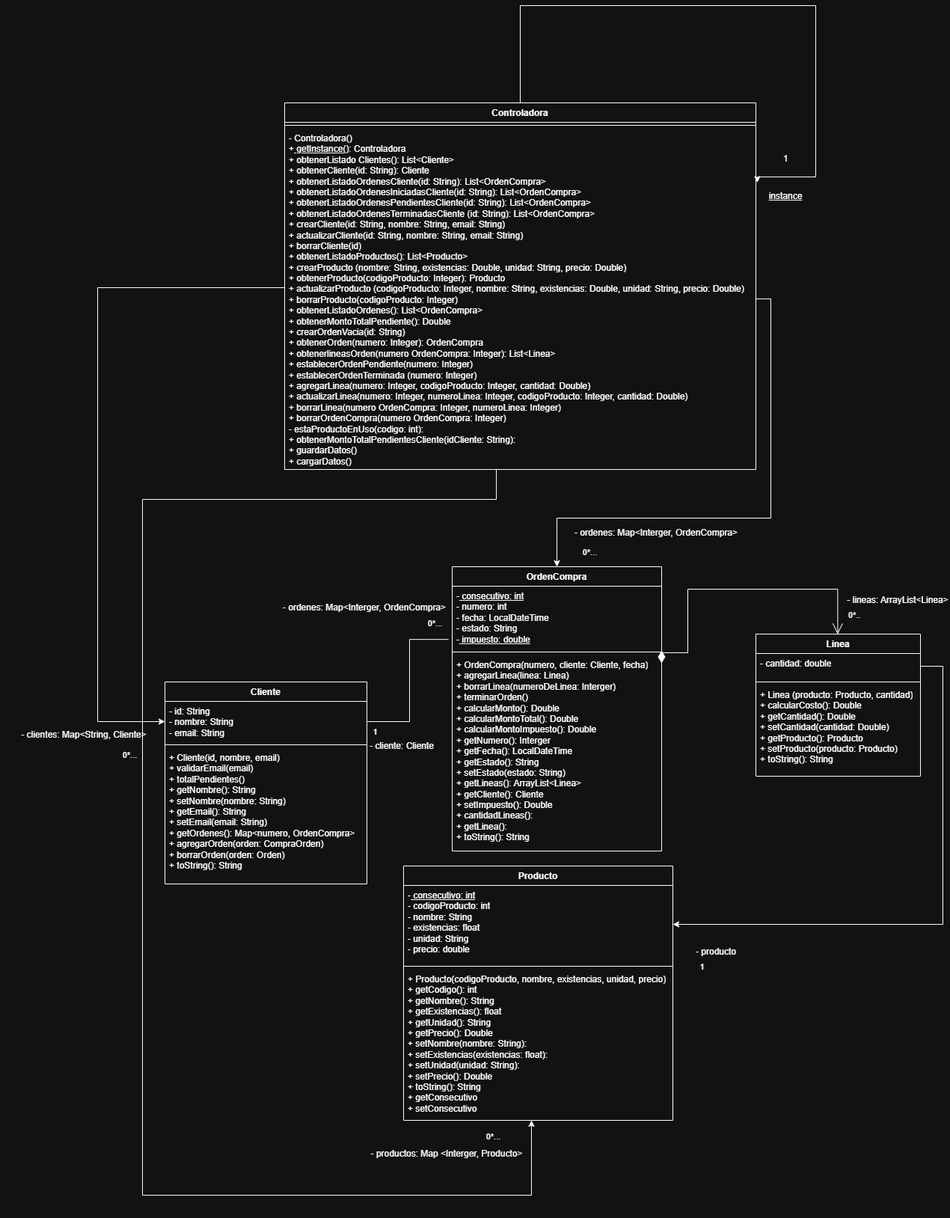
The draw.io diagram Tienda WallRose.drawio.png in NeyB19/TiendaWallRose, before a commit. Source tidied: cells renumbered, new cells last; positions are measured from the earlier drawing's top-left corner, leaving out a move shared by most shapes.
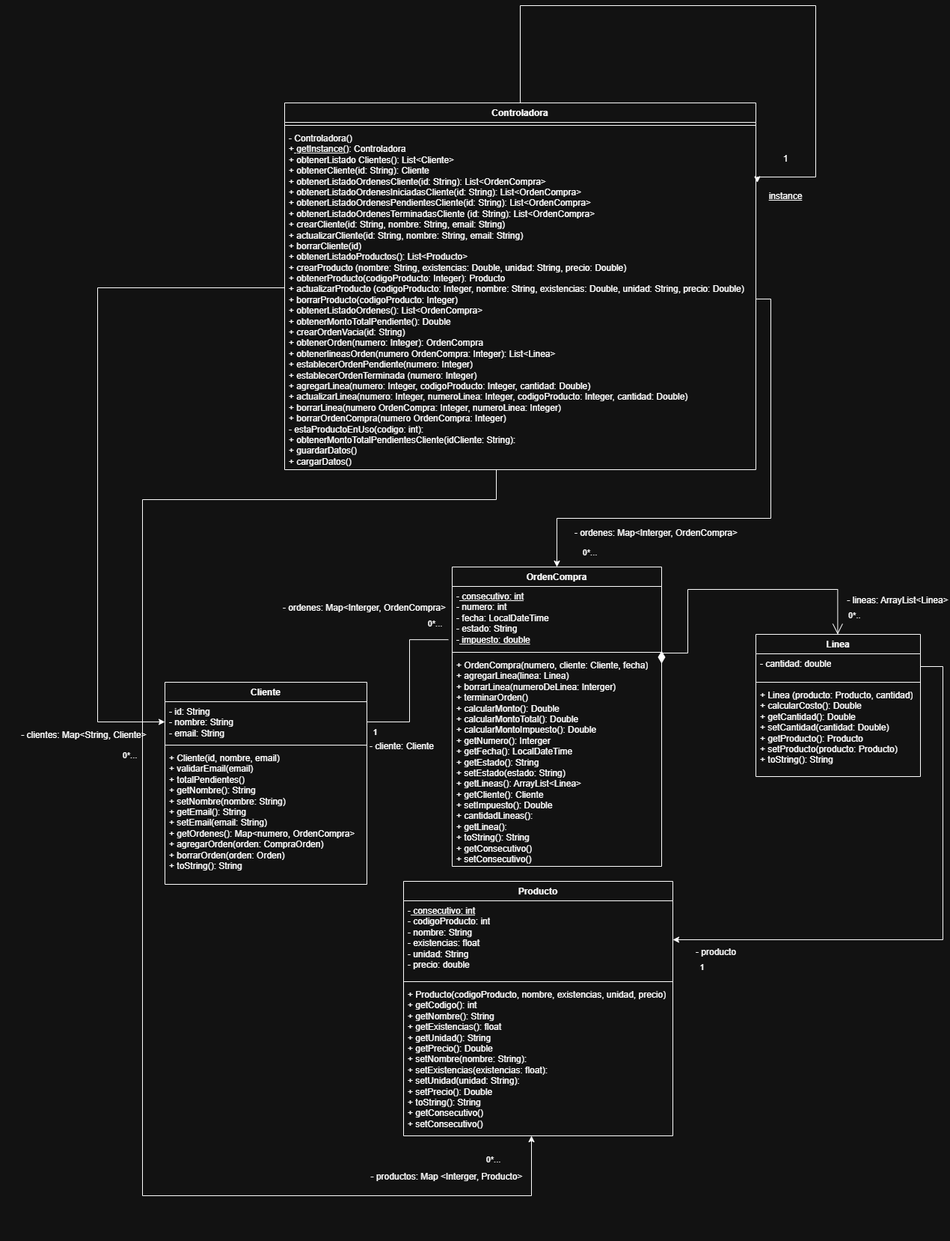
The same diagram one commit later.

The edit, as a diff of the source:
```diff
@@ -3,7 +3,7 @@
     <mxCell id="0" />
     <mxCell id="1" parent="0" />
     <mxCell id="2" value="Producto" style="swimlane;fontStyle=1;align=center;verticalAlign=top;horizontal=1;startSize=26;whiteSpace=wrap;html=1;" parent="1" vertex="1">
-      <mxGeometry x="539" y="1150" width="360" height="340" as="geometry" />
+      <mxGeometry x="539" y="1170" width="360" height="340" as="geometry" />
     </mxCell>
     <mxCell id="3" value="-&lt;u&gt;&amp;nbsp;consecutivo: int&lt;/u&gt;&lt;br&gt;&lt;div&gt;- codigoProducto: int&lt;/div&gt;&lt;div&gt;- nombre: String&lt;/div&gt;&lt;div&gt;- existencias: float&lt;/div&gt;&lt;div&gt;- unidad: String&lt;/div&gt;&lt;div&gt;- precio: double&lt;/div&gt;" style="text;strokeColor=none;fillColor=none;align=left;verticalAlign=top;spacingLeft=4;spacingRight=4;overflow=hidden;points=[[0,0.5],[1,0.5]];portConstraint=eastwest;whiteSpace=wrap;html=1;" parent="2" vertex="1">
       <mxGeometry y="26" width="360" height="104" as="geometry" />
@@ -11,11 +11,11 @@
     <mxCell id="4" style="line;strokeWidth=1;fillColor=none;align=left;verticalAlign=middle;spacingTop=-1;spacingLeft=3;spacingRight=3;labelPosition=right;strokeColor=inherit;" parent="2" vertex="1">
       <mxGeometry y="130" width="360" height="8" as="geometry" />
     </mxCell>
-    <mxCell id="5" value="+ Producto(codigoProducto, nombre, existencias, unidad, precio)&lt;div&gt;+ getCodigo(): int&lt;/div&gt;&lt;div&gt;+ getNombre(): String&lt;/div&gt;&lt;div&gt;+ getExistencias(): float&lt;/div&gt;&lt;div&gt;+ getUnidad(): String&lt;/div&gt;&lt;div&gt;+ getPrecio(): Double&lt;/div&gt;&lt;div&gt;+ setNombre(nombre: String):&lt;/div&gt;&lt;div&gt;+ setExistencias(existencias: float):&lt;/div&gt;&lt;div&gt;+ setUnidad(unidad: String):&lt;/div&gt;&lt;div&gt;+ setPrecio(): Double&lt;/div&gt;&lt;div&gt;+ toString(): String&lt;/div&gt;&lt;div&gt;+ getConsecutivo&lt;/div&gt;&lt;div&gt;+ setConsecutivo&lt;/div&gt;" style="text;strokeColor=none;fillColor=none;align=left;verticalAlign=top;spacingLeft=4;spacingRight=4;overflow=hidden;whiteSpace=wrap;html=1;" parent="2" vertex="1">
+    <mxCell id="5" value="+ Producto(codigoProducto, nombre, existencias, unidad, precio)&lt;div&gt;+ getCodigo(): int&lt;/div&gt;&lt;div&gt;+ getNombre(): String&lt;/div&gt;&lt;div&gt;+ getExistencias(): float&lt;/div&gt;&lt;div&gt;+ getUnidad(): String&lt;/div&gt;&lt;div&gt;+ getPrecio(): Double&lt;/div&gt;&lt;div&gt;+ setNombre(nombre: String):&lt;/div&gt;&lt;div&gt;+ setExistencias(existencias: float):&lt;/div&gt;&lt;div&gt;+ setUnidad(unidad: String):&lt;/div&gt;&lt;div&gt;+ setPrecio(): Double&lt;/div&gt;&lt;div&gt;+ toString(): String&lt;/div&gt;&lt;div&gt;+ getConsecutivo()&lt;/div&gt;&lt;div&gt;+ setConsecutivo()&lt;/div&gt;" style="text;strokeColor=none;fillColor=none;align=left;verticalAlign=top;spacingLeft=4;spacingRight=4;overflow=hidden;whiteSpace=wrap;html=1;" parent="2" vertex="1">
       <mxGeometry y="138" width="360" height="202" as="geometry" />
     </mxCell>
     <mxCell id="6" value="OrdenCompra" style="swimlane;fontStyle=1;align=center;verticalAlign=top;horizontal=1;startSize=26;whiteSpace=wrap;html=1;" parent="1" vertex="1">
-      <mxGeometry x="604" y="750" width="280" height="380" as="geometry" />
+      <mxGeometry x="604" y="750" width="280" height="400" as="geometry" />
     </mxCell>
     <mxCell id="7" value="-&lt;u&gt; consecutivo: int&lt;/u&gt;&lt;div&gt;- numero: int&lt;/div&gt;&lt;div&gt;- fecha: LocalDateTime&lt;/div&gt;&lt;div&gt;- estado: String&amp;nbsp;&lt;/div&gt;&lt;div&gt;-&lt;u&gt; impuesto: double&lt;/u&gt;&lt;/div&gt;&lt;div&gt;&lt;br&gt;&lt;/div&gt;&lt;div&gt;&lt;div&gt;&lt;u&gt;&lt;br&gt;&lt;/u&gt;&lt;/div&gt;&lt;/div&gt;" style="text;strokeColor=none;fillColor=none;align=left;verticalAlign=top;spacingLeft=4;spacingRight=4;overflow=hidden;points=[[0,0.5],[1,0.5]];portConstraint=eastwest;whiteSpace=wrap;html=1;" parent="6" vertex="1">
       <mxGeometry y="26" width="280" height="84" as="geometry" />
@@ -23,8 +23,8 @@
     <mxCell id="8" style="line;strokeWidth=1;fillColor=none;align=left;verticalAlign=middle;spacingTop=-1;spacingLeft=3;spacingRight=3;labelPosition=right;strokeColor=inherit;" parent="6" vertex="1">
       <mxGeometry y="110" width="280" height="8" as="geometry" />
     </mxCell>
-    <mxCell id="9" value="&lt;div&gt;+ OrdenCompra(numero, cliente: Cliente, fecha)&lt;/div&gt;+ agregarLinea(linea: Linea)&lt;div&gt;+ borrarLinea(numeroDeLinea: Interger)&lt;br&gt;&lt;div&gt;+ terminarOrden()&lt;/div&gt;&lt;div&gt;+ calcularMonto(): Double&lt;/div&gt;&lt;div&gt;+ calcularMontoTotal(): Double&lt;/div&gt;&lt;div&gt;+ calcularMontoImpuesto(): Double&lt;/div&gt;&lt;div&gt;+ getNumero(): Interger&lt;/div&gt;&lt;div&gt;+ getFecha(): LocalDateTime&lt;br&gt;&lt;/div&gt;&lt;div&gt;+ getEstado(): String&lt;/div&gt;&lt;div&gt;+ setEstado(estado: String)&lt;br&gt;&lt;/div&gt;&lt;div&gt;+ getLineas(): ArrayList&amp;lt;Linea&amp;gt;&lt;/div&gt;&lt;div&gt;+ getCliente(): Cliente&lt;br&gt;&lt;/div&gt;&lt;div&gt;+ setImpuesto(): Double&lt;/div&gt;&lt;div&gt;+ cantidadLineas():&lt;/div&gt;&lt;div&gt;+ getLinea():&lt;/div&gt;&lt;div&gt;+ toString(): String&lt;/div&gt;&lt;/div&gt;" style="text;strokeColor=none;fillColor=none;align=left;verticalAlign=top;spacingLeft=4;spacingRight=4;overflow=hidden;whiteSpace=wrap;html=1;" parent="6" vertex="1">
-      <mxGeometry y="118" width="280" height="262" as="geometry" />
+    <mxCell id="9" value="&lt;div&gt;+ OrdenCompra(numero, cliente: Cliente, fecha)&lt;/div&gt;+ agregarLinea(linea: Linea)&lt;div&gt;+ borrarLinea(numeroDeLinea: Interger)&lt;br&gt;&lt;div&gt;+ terminarOrden()&lt;/div&gt;&lt;div&gt;+ calcularMonto(): Double&lt;/div&gt;&lt;div&gt;+ calcularMontoTotal(): Double&lt;/div&gt;&lt;div&gt;+ calcularMontoImpuesto(): Double&lt;/div&gt;&lt;div&gt;+ getNumero(): Interger&lt;/div&gt;&lt;div&gt;+ getFecha(): LocalDateTime&lt;br&gt;&lt;/div&gt;&lt;div&gt;+ getEstado(): String&lt;/div&gt;&lt;div&gt;+ setEstado(estado: String)&lt;br&gt;&lt;/div&gt;&lt;div&gt;+ getLineas(): ArrayList&amp;lt;Linea&amp;gt;&lt;/div&gt;&lt;div&gt;+ getCliente(): Cliente&lt;br&gt;&lt;/div&gt;&lt;div&gt;+ setImpuesto(): Double&lt;/div&gt;&lt;div&gt;+ cantidadLineas():&lt;/div&gt;&lt;div&gt;+ getLinea():&lt;/div&gt;&lt;div&gt;+ toString(): String&lt;/div&gt;&lt;/div&gt;&lt;div&gt;&lt;div&gt;+ getConsecutivo()&lt;/div&gt;&lt;div&gt;+ setConsecutivo()&lt;/div&gt;&lt;/div&gt;" style="text;strokeColor=none;fillColor=none;align=left;verticalAlign=top;spacingLeft=4;spacingRight=4;overflow=hidden;whiteSpace=wrap;html=1;" parent="6" vertex="1">
+      <mxGeometry y="118" width="280" height="282" as="geometry" />
     </mxCell>
     <mxCell id="10" value="Cliente" style="swimlane;fontStyle=1;align=center;verticalAlign=top;horizontal=1;startSize=26;whiteSpace=wrap;html=1;" parent="1" vertex="1">
       <mxGeometry x="220" y="904" width="270" height="270" as="geometry" />
@@ -112,7 +112,7 @@
     </mxCell>
     <mxCell id="32" style="edgeStyle=orthogonalEdgeStyle;rounded=0;jettySize=auto;html=1;" parent="1" edge="1" source="17">
       <mxGeometry relative="1" as="geometry">
-        <mxPoint x="710" y="1490" as="targetPoint" />
+        <mxPoint x="710" y="1510" as="targetPoint" />
         <Array as="points">
           <mxPoint x="663" y="660" />
           <mxPoint x="190" y="660" />
@@ -122,7 +122,7 @@
       </mxGeometry>
     </mxCell>
     <mxCell id="33" value="- productos: Map &amp;lt;Interger, Producto&amp;gt;" style="text;html=1;whiteSpace=wrap;strokeColor=none;fillColor=none;align=center;verticalAlign=middle;rounded=0;" parent="1" vertex="1">
-      <mxGeometry x="490" y="1520" width="214" height="30" as="geometry" />
+      <mxGeometry x="490" y="1550" width="214" height="30" as="geometry" />
     </mxCell>
     <mxCell id="34" value="- clientes: Map&amp;lt;String, Cliente&amp;gt;" style="text;html=1;whiteSpace=wrap;strokeColor=none;fillColor=none;align=center;verticalAlign=middle;rounded=0;" parent="1" vertex="1">
       <mxGeometry y="960" width="224" height="30" as="geometry" />
@@ -131,7 +131,7 @@
       <mxGeometry relative="1" as="geometry">
         <Array as="points">
           <mxPoint x="1260" y="883" />
-          <mxPoint x="1260" y="1228" />
+          <mxPoint x="1260" y="1248" />
         </Array>
       </mxGeometry>
     </mxCell>
@@ -153,7 +153,7 @@
       </mxGeometry>
     </mxCell>
     <mxCell id="38" value="0*..." style="edgeLabel;html=1;align=center;verticalAlign=middle;" parent="1" vertex="1">
-      <mxGeometry x="770" y="1620" as="geometry">
+      <mxGeometry x="770" y="1650" as="geometry">
         <mxPoint x="-112" y="-109" as="offset" />
       </mxGeometry>
     </mxCell>
```
